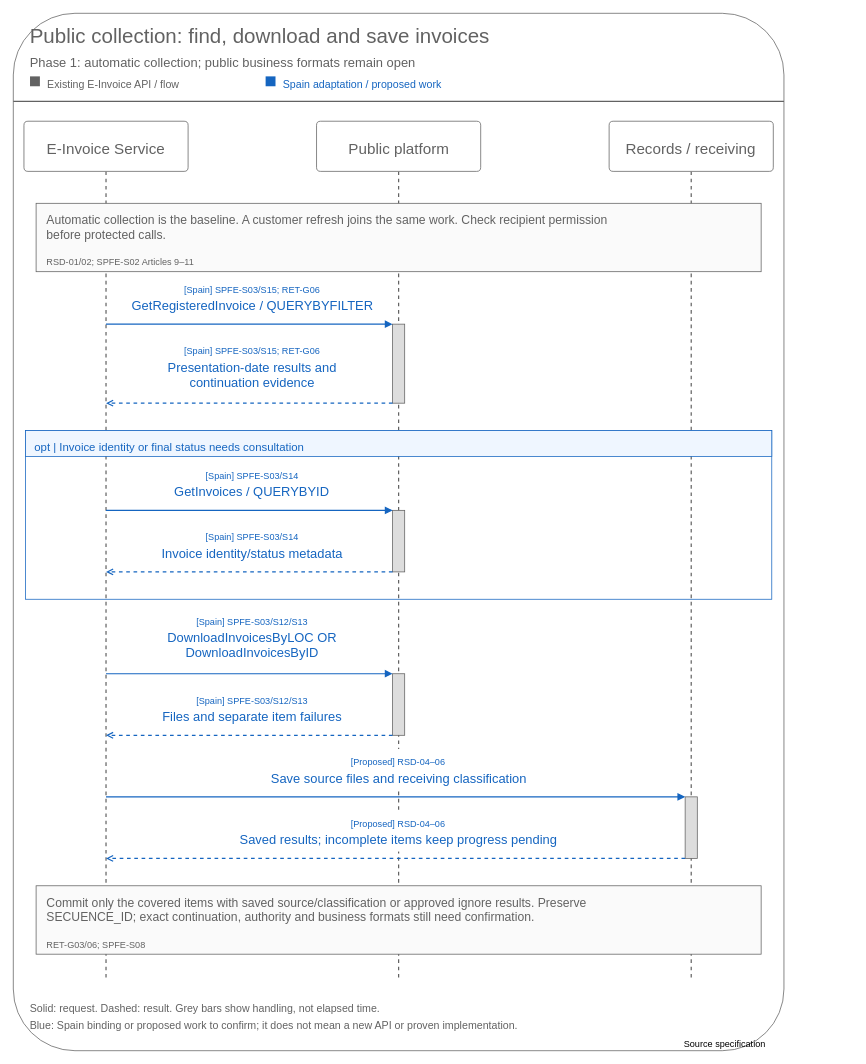
Before: assets/diagrams/invoice-retrieval-spain-public-sequence.drawio in jiaxinhe0709/pm_second_brain, a draw.io diagram. Source tidied: cells renumbered, new cells numbered last; positions are measured from the earlier drawing's top-left corner, leaving out a move shared by most shapes. Both pictures are drawn from the tidied source at 76%, with x=0, y=0 at pixel (13, 13).
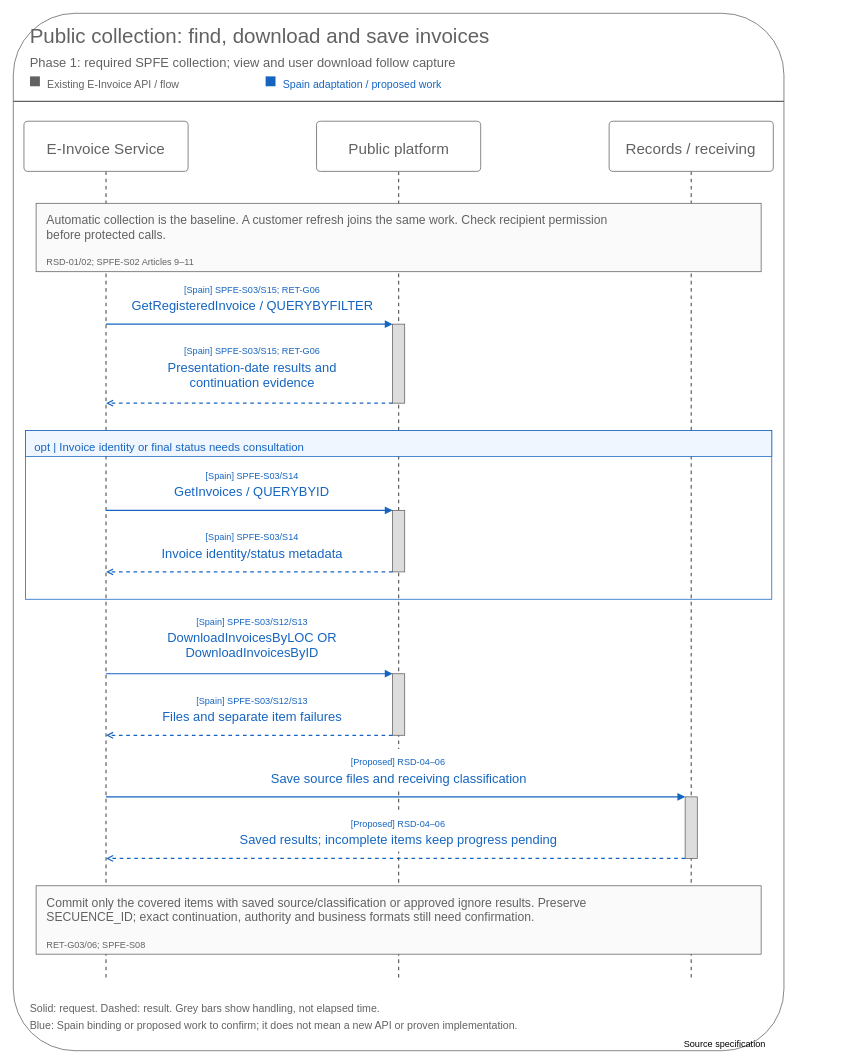
The same diagram, later.

What changed in the source:
```diff
@@
-    <mxCell id="4" value="Phase 1: automatic collection; public business formats remain open" style="text;html=0;whiteSpace=wrap;spacing=0;verticalAlign=top;align=left;fontSize=17;fontColor=#626262;" parent="1" vertex="1">
-      <mxGeometry x="22" y="51" width="718.9" height="26" as="geometry" />
+    <mxCell id="4" value="Phase 1: required SPFE collection; view and user download follow capture" style="text;html=0;whiteSpace=wrap;spacing=0;verticalAlign=top;align=left;fontSize=17;fontColor=#626262;" parent="1" vertex="1">
+      <mxGeometry x="22" y="51" width="783.1" height="26" as="geometry" />
     </mxCell>
```
